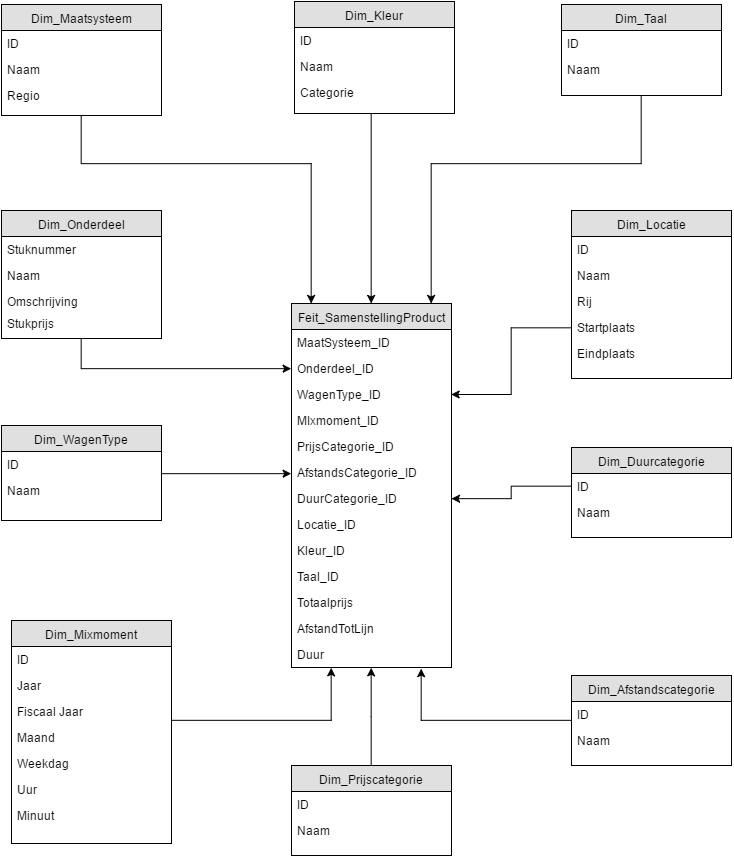
Earlier version of the draw.io export Stermodel_BI.png (BramVer/BI_DashboardCase). Source tidied: cells renumbered, new cells last; positions are measured from the earlier drawing's top-left corner, leaving out a move shared by most shapes.
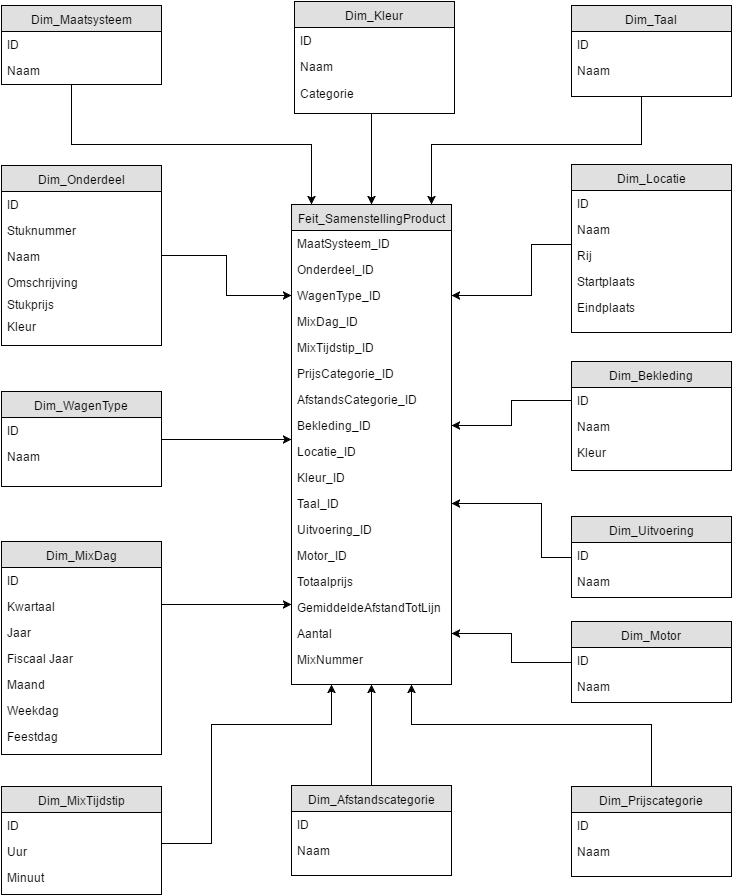
After the change.

Diff of the diagram source:
```diff
@@ -5,3 +5,3 @@
     <mxCell id="2" value="Feit_SamenstellingProduct" style="swimlane;html=1;fontStyle=0;horizontal=1;startSize=26;fillColor=#e0e0e0;swimlaneFillColor=#ffffff;align=center;" parent="1" vertex="1">
-      <mxGeometry x="290" y="302" width="160" height="364" as="geometry" />
+      <mxGeometry x="290" y="202" width="160" height="480" as="geometry" />
     </mxCell>
@@ -16,52 +16,70 @@
     </mxCell>
-    <mxCell id="6" value="MIxmoment_ID" style="text;html=1;strokeColor=none;fillColor=none;spacingLeft=4;spacingRight=4;whiteSpace=wrap;overflow=hidden;" parent="2" vertex="1">
+    <mxCell id="6" value="MixDag_ID" style="text;html=1;strokeColor=none;fillColor=none;spacingLeft=4;spacingRight=4;whiteSpace=wrap;overflow=hidden;" parent="2" vertex="1">
       <mxGeometry y="104" width="160" height="26" as="geometry" />
     </mxCell>
+    <mxCell id="69" value="MixTijdstip_ID" style="text;html=1;strokeColor=none;fillColor=none;spacingLeft=4;spacingRight=4;whiteSpace=wrap;overflow=hidden;" parent="2" vertex="1">
+      <mxGeometry y="130" width="160" height="26" as="geometry" />
+    </mxCell>
     <mxCell id="7" value="PrijsCategorie_ID" style="text;html=1;strokeColor=none;fillColor=none;spacingLeft=4;spacingRight=4;whiteSpace=wrap;overflow=hidden;" parent="2" vertex="1">
-      <mxGeometry y="130" width="160" height="26" as="geometry" />
+      <mxGeometry y="156" width="160" height="26" as="geometry" />
     </mxCell>
     <mxCell id="8" value="AfstandsCategorie_ID" style="text;html=1;strokeColor=none;fillColor=none;spacingLeft=4;spacingRight=4;whiteSpace=wrap;overflow=hidden;" parent="2" vertex="1">
-      <mxGeometry y="156" width="160" height="26" as="geometry" />
+      <mxGeometry y="182" width="160" height="26" as="geometry" />
     </mxCell>
-    <mxCell id="9" value="DuurCategorie_ID" style="text;html=1;strokeColor=none;fillColor=none;spacingLeft=4;spacingRight=4;whiteSpace=wrap;overflow=hidden;points=[[0,0.5],[1,0.5]];portConstraint=eastwest;" parent="2" vertex="1">
-      <mxGeometry y="182" width="160" height="26" as="geometry" />
+    <mxCell id="9" value="Bekleding_ID" style="text;html=1;strokeColor=none;fillColor=none;spacingLeft=4;spacingRight=4;whiteSpace=wrap;overflow=hidden;points=[[0,0.5],[1,0.5]];portConstraint=eastwest;" parent="2" vertex="1">
+      <mxGeometry y="208" width="160" height="26" as="geometry" />
     </mxCell>
     <mxCell id="10" value="Locatie_ID" style="text;html=1;strokeColor=none;fillColor=none;spacingLeft=4;spacingRight=4;whiteSpace=wrap;overflow=hidden;" parent="2" vertex="1">
-      <mxGeometry y="208" width="160" height="26" as="geometry" />
+      <mxGeometry y="234" width="160" height="26" as="geometry" />
     </mxCell>
     <mxCell id="11" value="Kleur_ID" style="text;html=1;strokeColor=none;fillColor=none;spacingLeft=4;spacingRight=4;whiteSpace=wrap;overflow=hidden;" parent="2" vertex="1">
-      <mxGeometry y="234" width="160" height="26" as="geometry" />
+      <mxGeometry y="260" width="160" height="26" as="geometry" />
     </mxCell>
     <mxCell id="12" value="Taal_ID" style="text;html=1;strokeColor=none;fillColor=none;spacingLeft=4;spacingRight=4;whiteSpace=wrap;overflow=hidden;points=[[0,0.5],[1,0.5]];portConstraint=eastwest;" parent="2" vertex="1">
-      <mxGeometry y="260" width="160" height="26" as="geometry" />
+      <mxGeometry y="286" width="160" height="26" as="geometry" />
     </mxCell>
+    <mxCell id="70" value="Uitvoering_ID" style="text;html=1;strokeColor=none;fillColor=none;spacingLeft=4;spacingRight=4;whiteSpace=wrap;overflow=hidden;" parent="2" vertex="1">
+      <mxGeometry y="312" width="160" height="26" as="geometry" />
+    </mxCell>
+    <mxCell id="71" value="Motor_ID" style="text;html=1;strokeColor=none;fillColor=none;spacingLeft=4;spacingRight=4;whiteSpace=wrap;overflow=hidden;" parent="2" vertex="1">
+      <mxGeometry y="338" width="160" height="26" as="geometry" />
+    </mxCell>
     <mxCell id="13" value="Totaalprijs" style="text;html=1;strokeColor=none;fillColor=none;spacingLeft=4;spacingRight=4;whiteSpace=wrap;overflow=hidden;" parent="2" vertex="1">
-      <mxGeometry y="286" width="160" height="26" as="geometry" />
+      <mxGeometry y="364" width="160" height="26" as="geometry" />
     </mxCell>
-    <mxCell id="14" value="AfstandTotLijn&lt;div&gt;&lt;br&gt;&lt;/div&gt;" style="text;html=1;strokeColor=none;fillColor=none;spacingLeft=4;spacingRight=4;whiteSpace=wrap;overflow=hidden;" parent="2" vertex="1">
-      <mxGeometry y="312" width="160" height="26" as="geometry" />
+    <mxCell id="14" value="&lt;div&gt;GemiddeldeAfstandTotLijn&lt;/div&gt;" style="text;html=1;strokeColor=none;fillColor=none;spacingLeft=4;spacingRight=4;whiteSpace=wrap;overflow=hidden;" parent="2" vertex="1">
+      <mxGeometry y="390" width="160" height="26" as="geometry" />
     </mxCell>
-    <mxCell id="15" value="Duur" style="text;html=1;strokeColor=none;fillColor=none;spacingLeft=4;spacingRight=4;whiteSpace=wrap;overflow=hidden;points=[[0,0.5],[1,0.5]];portConstraint=eastwest;" parent="2" vertex="1">
-      <mxGeometry y="338" width="160" height="26" as="geometry" />
-    </mxCell>
-    <mxCell id="16" style="edgeStyle=orthogonalEdgeStyle;rounded=0;html=1;entryX=0;entryY=0.5;jettySize=auto;" parent="1" edge="1" source="17" target="4">
-      <mxGeometry relative="1" as="geometry" />
-    </mxCell>
+    <mxCell id="72" value="&lt;div&gt;Aantal&lt;/div&gt;&lt;div&gt;&lt;br&gt;&lt;/div&gt;" style="text;html=1;strokeColor=none;fillColor=none;spacingLeft=4;spacingRight=4;whiteSpace=wrap;overflow=hidden;points=[[0,0.5],[1,0.5]];portConstraint=eastwest;" parent="2" vertex="1">
+      <mxGeometry y="416" width="160" height="26" as="geometry" />
+    </mxCell>
+    <mxCell id="73" value="&lt;div&gt;MixNummer&lt;/div&gt;" style="text;html=1;strokeColor=none;fillColor=none;spacingLeft=4;spacingRight=4;whiteSpace=wrap;overflow=hidden;" parent="2" vertex="1">
+      <mxGeometry y="442" width="160" height="26" as="geometry" />
+    </mxCell>
+    <mxCell id="74" style="edgeStyle=orthogonalEdgeStyle;rounded=0;html=1;jettySize=auto;" parent="1" edge="1" source="17" target="5">
+      <mxGeometry relative="1" as="geometry" />
+    </mxCell>
     <mxCell id="17" value="Dim_Onderdeel" style="swimlane;html=1;fontStyle=0;horizontal=1;startSize=26;fillColor=#e0e0e0;swimlaneFillColor=#ffffff;align=center;" parent="1" vertex="1">
-      <mxGeometry y="209" width="160" height="128" as="geometry" />
+      <mxGeometry y="163" width="160" height="180" as="geometry" />
     </mxCell>
-    <mxCell id="18" value="Stuknummer" style="text;html=1;strokeColor=none;fillColor=none;spacingLeft=4;spacingRight=4;whiteSpace=wrap;overflow=hidden;" parent="17" vertex="1">
+    <mxCell id="18" value="ID" style="text;html=1;strokeColor=none;fillColor=none;spacingLeft=4;spacingRight=4;whiteSpace=wrap;overflow=hidden;" parent="17" vertex="1">
       <mxGeometry y="26" width="160" height="26" as="geometry" />
     </mxCell>
+    <mxCell id="75" value="Stuknummer" style="text;html=1;strokeColor=none;fillColor=none;spacingLeft=4;spacingRight=4;whiteSpace=wrap;overflow=hidden;" parent="17" vertex="1">
+      <mxGeometry y="52" width="160" height="26" as="geometry" />
+    </mxCell>
     <mxCell id="19" value="Naam&lt;div&gt;&lt;br&gt;&lt;/div&gt;" style="text;html=1;strokeColor=none;fillColor=none;spacingLeft=4;spacingRight=4;whiteSpace=wrap;overflow=hidden;" parent="17" vertex="1">
-      <mxGeometry y="52" width="160" height="26" as="geometry" />
+      <mxGeometry y="78" width="160" height="26" as="geometry" />
     </mxCell>
     <mxCell id="20" value="Omschrijving" style="text;html=1;strokeColor=none;fillColor=none;spacingLeft=4;spacingRight=4;whiteSpace=wrap;overflow=hidden;" parent="17" vertex="1">
-      <mxGeometry y="78" width="160" height="22" as="geometry" />
+      <mxGeometry y="104" width="160" height="22" as="geometry" />
     </mxCell>
     <mxCell id="21" value="Stukprijs" style="text;html=1;strokeColor=none;fillColor=none;spacingLeft=4;spacingRight=4;whiteSpace=wrap;overflow=hidden;" parent="17" vertex="1">
-      <mxGeometry y="100" width="160" height="22" as="geometry" />
+      <mxGeometry y="126" width="160" height="22" as="geometry" />
     </mxCell>
+    <mxCell id="76" value="Kleur" style="text;html=1;strokeColor=none;fillColor=none;spacingLeft=4;spacingRight=4;whiteSpace=wrap;overflow=hidden;" parent="17" vertex="1">
+      <mxGeometry y="148" width="160" height="22" as="geometry" />
+    </mxCell>
     <mxCell id="22" value="Dim_Locatie" style="swimlane;html=1;fontStyle=0;horizontal=1;startSize=26;fillColor=#e0e0e0;swimlaneFillColor=#ffffff;align=center;" parent="1" vertex="1">
-      <mxGeometry x="570" y="209" width="160" height="168" as="geometry" />
+      <mxGeometry x="570" y="162" width="160" height="168" as="geometry" />
     </mxCell>
@@ -90,3 +108,3 @@
     <mxCell id="29" value="Dim_Kleur" style="swimlane;html=1;fontStyle=0;horizontal=1;startSize=26;fillColor=#e0e0e0;swimlaneFillColor=#ffffff;align=center;" parent="1" vertex="1">
-      <mxGeometry x="293" width="160" height="112" as="geometry" />
+      <mxGeometry x="293" y="-1" width="160" height="112" as="geometry" />
     </mxCell>
@@ -98,11 +116,12 @@
     </mxCell>
-    <mxCell id="32" style="edgeStyle=orthogonalEdgeStyle;rounded=0;html=1;entryX=0.25;entryY=1;jettySize=auto;" parent="1" edge="1" source="33" target="2">
-      <mxGeometry relative="1" as="geometry">
-        <Array as="points">
-          <mxPoint x="330" y="719" />
-        </Array>
-      </mxGeometry>
-    </mxCell>
+    <mxCell id="77" style="edgeStyle=orthogonalEdgeStyle;rounded=0;html=1;jettySize=auto;" parent="1" edge="1" source="33">
+      <mxGeometry relative="1" as="geometry">
+        <mxPoint x="290" y="602" as="targetPoint" />
+        <Array as="points">
+          <mxPoint x="290" y="602" />
+        </Array>
+      </mxGeometry>
+    </mxCell>
-    <mxCell id="33" value="Dim_Mixmoment" style="swimlane;html=1;fontStyle=0;horizontal=1;startSize=26;fillColor=#e0e0e0;swimlaneFillColor=#ffffff;align=center;" parent="1" vertex="1">
-      <mxGeometry x="10" y="619" width="160" height="223" as="geometry" />
+    <mxCell id="33" value="Dim_MixDag" style="swimlane;html=1;fontStyle=0;horizontal=1;startSize=26;fillColor=#e0e0e0;swimlaneFillColor=#ffffff;align=center;" parent="1" vertex="1">
+      <mxGeometry y="539" width="160" height="213" as="geometry" />
     </mxCell>
@@ -111,25 +130,25 @@
     </mxCell>
+    <mxCell id="78" value="Kwartaal" style="text;html=1;strokeColor=none;fillColor=none;spacingLeft=4;spacingRight=4;whiteSpace=wrap;overflow=hidden;" parent="33" vertex="1">
+      <mxGeometry y="52" width="160" height="26" as="geometry" />
+    </mxCell>
     <mxCell id="35" value="Jaar" style="text;html=1;strokeColor=none;fillColor=none;spacingLeft=4;spacingRight=4;whiteSpace=wrap;overflow=hidden;" parent="33" vertex="1">
-      <mxGeometry y="52" width="160" height="26" as="geometry" />
+      <mxGeometry y="78" width="160" height="26" as="geometry" />
     </mxCell>
     <mxCell id="36" value="Fiscaal Jaar" style="text;html=1;strokeColor=none;fillColor=none;spacingLeft=4;spacingRight=4;whiteSpace=wrap;overflow=hidden;" parent="33" vertex="1">
-      <mxGeometry y="78" width="160" height="26" as="geometry" />
+      <mxGeometry y="104" width="160" height="26" as="geometry" />
     </mxCell>
     <mxCell id="37" value="Maand&lt;div&gt;&lt;br&gt;&lt;/div&gt;" style="text;html=1;strokeColor=none;fillColor=none;spacingLeft=4;spacingRight=4;whiteSpace=wrap;overflow=hidden;" parent="33" vertex="1">
-      <mxGeometry y="104" width="160" height="26" as="geometry" />
+      <mxGeometry y="130" width="160" height="26" as="geometry" />
     </mxCell>
     <mxCell id="38" value="Weekdag" style="text;html=1;strokeColor=none;fillColor=none;spacingLeft=4;spacingRight=4;whiteSpace=wrap;overflow=hidden;" parent="33" vertex="1">
-      <mxGeometry y="130" width="160" height="26" as="geometry" />
+      <mxGeometry y="156" width="160" height="26" as="geometry" />
     </mxCell>
-    <mxCell id="39" value="Uur" style="text;html=1;strokeColor=none;fillColor=none;spacingLeft=4;spacingRight=4;whiteSpace=wrap;overflow=hidden;" parent="33" vertex="1">
-      <mxGeometry y="156" width="160" height="26" as="geometry" />
-    </mxCell>
-    <mxCell id="40" value="Minuut" style="text;html=1;strokeColor=none;fillColor=none;spacingLeft=4;spacingRight=4;whiteSpace=wrap;overflow=hidden;" parent="33" vertex="1">
-      <mxGeometry y="182" width="160" height="26" as="geometry" />
-    </mxCell>
+    <mxCell id="79" value="Feestdag" style="text;html=1;strokeColor=none;fillColor=none;spacingLeft=4;spacingRight=4;whiteSpace=wrap;overflow=hidden;" parent="33" vertex="1">
+      <mxGeometry y="182" width="160" height="26" as="geometry" />
+    </mxCell>
     <mxCell id="41" style="edgeStyle=orthogonalEdgeStyle;rounded=0;html=1;jettySize=auto;" parent="1" edge="1" source="42">
       <mxGeometry relative="1" as="geometry">
-        <mxPoint x="290" y="472" as="targetPoint" />
+        <mxPoint x="290" y="437" as="targetPoint" />
         <Array as="points">
-          <mxPoint x="290" y="472" />
+          <mxPoint x="290" y="437" />
         </Array>
@@ -138,3 +157,3 @@
     <mxCell id="42" value="Dim_WagenType" style="swimlane;html=1;fontStyle=0;horizontal=1;startSize=26;fillColor=#e0e0e0;swimlaneFillColor=#ffffff;align=center;" parent="1" vertex="1">
-      <mxGeometry y="424" width="160" height="95" as="geometry" />
+      <mxGeometry y="389" width="160" height="95" as="geometry" />
     </mxCell>
@@ -146,7 +165,9 @@
     </mxCell>
-    <mxCell id="45" style="edgeStyle=orthogonalEdgeStyle;rounded=0;html=1;entryX=1;entryY=0.5;jettySize=auto;" parent="1" edge="1" source="26" target="5">
+    <mxCell id="45" style="edgeStyle=orthogonalEdgeStyle;rounded=0;html=1;entryX=1;entryY=0.5;jettySize=auto;" parent="1" edge="1" target="5">
       <mxGeometry relative="1" as="geometry">
+        <mxPoint x="570" y="242" as="sourcePoint" />
         <Array as="points">
-          <mxPoint x="510" y="326" />
-          <mxPoint x="510" y="393" />
+          <mxPoint x="570" y="242" />
+          <mxPoint x="530" y="242" />
+          <mxPoint x="530" y="293" />
         </Array>
@@ -154,4 +175,4 @@
     </mxCell>
-    <mxCell id="46" value="Dim_Duurcategorie" style="swimlane;html=1;fontStyle=0;horizontal=1;startSize=26;fillColor=#e0e0e0;swimlaneFillColor=#ffffff;align=center;" parent="1" vertex="1">
-      <mxGeometry x="570" y="446" width="160" height="90" as="geometry" />
+    <mxCell id="46" value="Dim_Bekleding" style="swimlane;html=1;fontStyle=0;horizontal=1;startSize=26;fillColor=#e0e0e0;swimlaneFillColor=#ffffff;align=center;" parent="1" vertex="1">
+      <mxGeometry x="570" y="359" width="160" height="109" as="geometry" />
     </mxCell>
@@ -163,11 +184,15 @@
     </mxCell>
-    <mxCell id="49" style="edgeStyle=orthogonalEdgeStyle;rounded=0;html=1;jettySize=auto;entryX=0.812;entryY=1.036;entryPerimeter=0;" parent="1" edge="1" source="50" target="15">
-      <mxGeometry relative="1" as="geometry">
-        <Array as="points">
-          <mxPoint x="420" y="719" />
-        </Array>
-      </mxGeometry>
-    </mxCell>
+    <mxCell id="80" value="Kleur" style="text;html=1;strokeColor=none;fillColor=none;spacingLeft=4;spacingRight=4;whiteSpace=wrap;overflow=hidden;" parent="46" vertex="1">
+      <mxGeometry y="78" width="160" height="26" as="geometry" />
+    </mxCell>
+    <mxCell id="81" style="edgeStyle=orthogonalEdgeStyle;rounded=0;html=1;jettySize=auto;entryX=0.5;entryY=1;" parent="1" edge="1" source="50" target="2">
+      <mxGeometry relative="1" as="geometry">
+        <Array as="points">
+          <mxPoint x="370" y="722" />
+          <mxPoint x="370" y="722" />
+        </Array>
+      </mxGeometry>
+    </mxCell>
     <mxCell id="50" value="Dim_Afstandscategorie" style="swimlane;html=1;fontStyle=0;horizontal=1;startSize=26;fillColor=#e0e0e0;swimlaneFillColor=#ffffff;align=center;" parent="1" vertex="1">
-      <mxGeometry x="570" y="674" width="160" height="90" as="geometry" />
+      <mxGeometry x="290" y="783" width="160" height="90" as="geometry" />
     </mxCell>
@@ -182,4 +207,4 @@
         <Array as="points">
-          <mxPoint x="80" y="162" />
-          <mxPoint x="310" y="162" />
+          <mxPoint x="70" y="142" />
+          <mxPoint x="310" y="142" />
         </Array>
@@ -188,3 +213,3 @@
     <mxCell id="54" value="Dim_Maatsysteem" style="swimlane;html=1;fontStyle=0;horizontal=1;startSize=26;fillColor=#e0e0e0;swimlaneFillColor=#ffffff;align=center;" parent="1" vertex="1">
-      <mxGeometry y="3" width="160" height="111" as="geometry" />
+      <mxGeometry y="3" width="160" height="79" as="geometry" />
     </mxCell>
@@ -196,5 +221,2 @@
     </mxCell>
-    <mxCell id="57" value="&lt;div&gt;Regio&lt;/div&gt;" style="text;html=1;strokeColor=none;fillColor=none;spacingLeft=4;spacingRight=4;whiteSpace=wrap;overflow=hidden;" parent="54" vertex="1">
-      <mxGeometry y="78" width="160" height="26" as="geometry" />
-    </mxCell>
     <mxCell id="58" style="edgeStyle=orthogonalEdgeStyle;rounded=0;html=1;jettySize=auto;" parent="1" edge="1" source="59" target="2">
@@ -202,4 +224,4 @@
         <Array as="points">
-          <mxPoint x="640" y="162" />
-          <mxPoint x="430" y="162" />
+          <mxPoint x="640" y="142" />
+          <mxPoint x="430" y="142" />
         </Array>
@@ -208,3 +230,3 @@
     <mxCell id="59" value="Dim_Taal" style="swimlane;html=1;fontStyle=0;horizontal=1;startSize=26;fillColor=#e0e0e0;swimlaneFillColor=#ffffff;align=center;" parent="1" vertex="1">
-      <mxGeometry x="560" y="3" width="160" height="91" as="geometry" />
+      <mxGeometry x="570" y="3" width="160" height="91" as="geometry" />
     </mxCell>
@@ -222,7 +244,12 @@
     </mxCell>
-    <mxCell id="64" style="edgeStyle=orthogonalEdgeStyle;rounded=0;html=1;entryX=0.5;entryY=1;jettySize=auto;" parent="1" edge="1" source="65" target="2">
-      <mxGeometry relative="1" as="geometry" />
+    <mxCell id="64" style="edgeStyle=orthogonalEdgeStyle;rounded=0;html=1;jettySize=auto;entryX=0.75;entryY=1;" parent="1" edge="1" source="65" target="2">
+      <mxGeometry relative="1" as="geometry">
+        <Array as="points">
+          <mxPoint x="650" y="722" />
+          <mxPoint x="410" y="722" />
+        </Array>
+      </mxGeometry>
     </mxCell>
     <mxCell id="65" value="Dim_Prijscategorie" style="swimlane;html=1;fontStyle=0;horizontal=1;startSize=26;fillColor=#e0e0e0;swimlaneFillColor=#ffffff;align=center;" parent="1" vertex="1">
-      <mxGeometry x="290" y="764" width="160" height="90" as="geometry" />
+      <mxGeometry x="570" y="784" width="160" height="90" as="geometry" />
     </mxCell>
@@ -237,2 +264,52 @@
     </mxCell>
+    <mxCell id="82" style="edgeStyle=orthogonalEdgeStyle;rounded=0;html=1;entryX=0.25;entryY=1;jettySize=auto;" parent="1" edge="1" source="83" target="2">
+      <mxGeometry relative="1" as="geometry">
+        <Array as="points">
+          <mxPoint x="210" y="841" />
+          <mxPoint x="210" y="722" />
+          <mxPoint x="330" y="722" />
+        </Array>
+      </mxGeometry>
+    </mxCell>
+    <mxCell id="83" value="Dim_MixTijdstip" style="swimlane;html=1;fontStyle=0;horizontal=1;startSize=26;fillColor=#e0e0e0;swimlaneFillColor=#ffffff;align=center;" parent="1" vertex="1">
+      <mxGeometry y="784" width="160" height="108" as="geometry" />
+    </mxCell>
+    <mxCell id="84" value="ID" style="text;html=1;strokeColor=none;fillColor=none;spacingLeft=4;spacingRight=4;whiteSpace=wrap;overflow=hidden;" parent="83" vertex="1">
+      <mxGeometry y="26" width="160" height="26" as="geometry" />
+    </mxCell>
+    <mxCell id="39" value="Uur" style="text;html=1;strokeColor=none;fillColor=none;spacingLeft=4;spacingRight=4;whiteSpace=wrap;overflow=hidden;" parent="83" vertex="1">
+      <mxGeometry y="52" width="160" height="26" as="geometry" />
+    </mxCell>
+    <mxCell id="40" value="Minuut" style="text;html=1;strokeColor=none;fillColor=none;spacingLeft=4;spacingRight=4;whiteSpace=wrap;overflow=hidden;" parent="83" vertex="1">
+      <mxGeometry y="78" width="160" height="26" as="geometry" />
+    </mxCell>
+    <mxCell id="85" style="edgeStyle=orthogonalEdgeStyle;rounded=0;html=1;entryX=1;entryY=0.5;jettySize=auto;" parent="1" edge="1" source="86" target="12">
+      <mxGeometry relative="1" as="geometry">
+        <Array as="points">
+          <mxPoint x="540" y="555" />
+          <mxPoint x="540" y="501" />
+        </Array>
+      </mxGeometry>
+    </mxCell>
+    <mxCell id="86" value="Dim_Uitvoering" style="swimlane;html=1;fontStyle=0;horizontal=1;startSize=26;fillColor=#e0e0e0;swimlaneFillColor=#ffffff;align=center;" parent="1" vertex="1">
+      <mxGeometry x="570" y="514" width="160" height="81" as="geometry" />
+    </mxCell>
+    <mxCell id="87" value="ID" style="text;html=1;strokeColor=none;fillColor=none;spacingLeft=4;spacingRight=4;whiteSpace=wrap;overflow=hidden;" parent="86" vertex="1">
+      <mxGeometry y="26" width="160" height="26" as="geometry" />
+    </mxCell>
+    <mxCell id="88" value="Naam" style="text;html=1;strokeColor=none;fillColor=none;spacingLeft=4;spacingRight=4;whiteSpace=wrap;overflow=hidden;" parent="86" vertex="1">
+      <mxGeometry y="52" width="160" height="26" as="geometry" />
+    </mxCell>
+    <mxCell id="89" style="edgeStyle=orthogonalEdgeStyle;rounded=0;html=1;entryX=1;entryY=0.5;jettySize=auto;" parent="1" edge="1" source="90" target="72">
+      <mxGeometry relative="1" as="geometry" />
+    </mxCell>
+    <mxCell id="90" value="Dim_Motor" style="swimlane;html=1;fontStyle=0;horizontal=1;startSize=26;fillColor=#e0e0e0;swimlaneFillColor=#ffffff;align=center;" parent="1" vertex="1">
+      <mxGeometry x="570" y="619" width="160" height="81" as="geometry" />
+    </mxCell>
+    <mxCell id="91" value="ID" style="text;html=1;strokeColor=none;fillColor=none;spacingLeft=4;spacingRight=4;whiteSpace=wrap;overflow=hidden;" parent="90" vertex="1">
+      <mxGeometry y="26" width="160" height="26" as="geometry" />
+    </mxCell>
+    <mxCell id="92" value="Naam" style="text;html=1;strokeColor=none;fillColor=none;spacingLeft=4;spacingRight=4;whiteSpace=wrap;overflow=hidden;" parent="90" vertex="1">
+      <mxGeometry y="52" width="160" height="26" as="geometry" />
+    </mxCell>
   </root>
```
